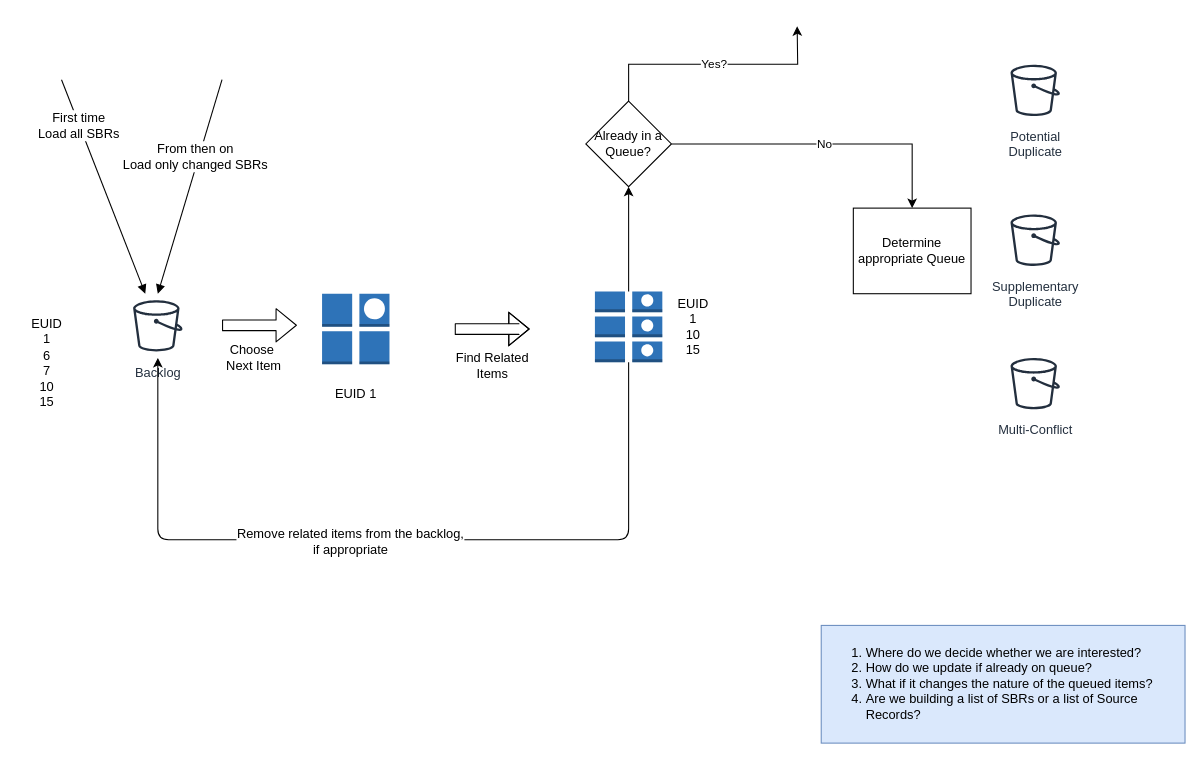
Before: page "Top Level" (1 of 2) of Extract Process - top level.drawio in IrishGussy/TestGitHubClient, a draw.io diagram. Source tidied: cells renumbered, new cells numbered last; positions are measured from the earlier drawing's top-left corner, leaving out a move shared by most shapes. Both pictures are drawn from the tidied source at 107%, with x=0, y=0 at pixel (25, 26).
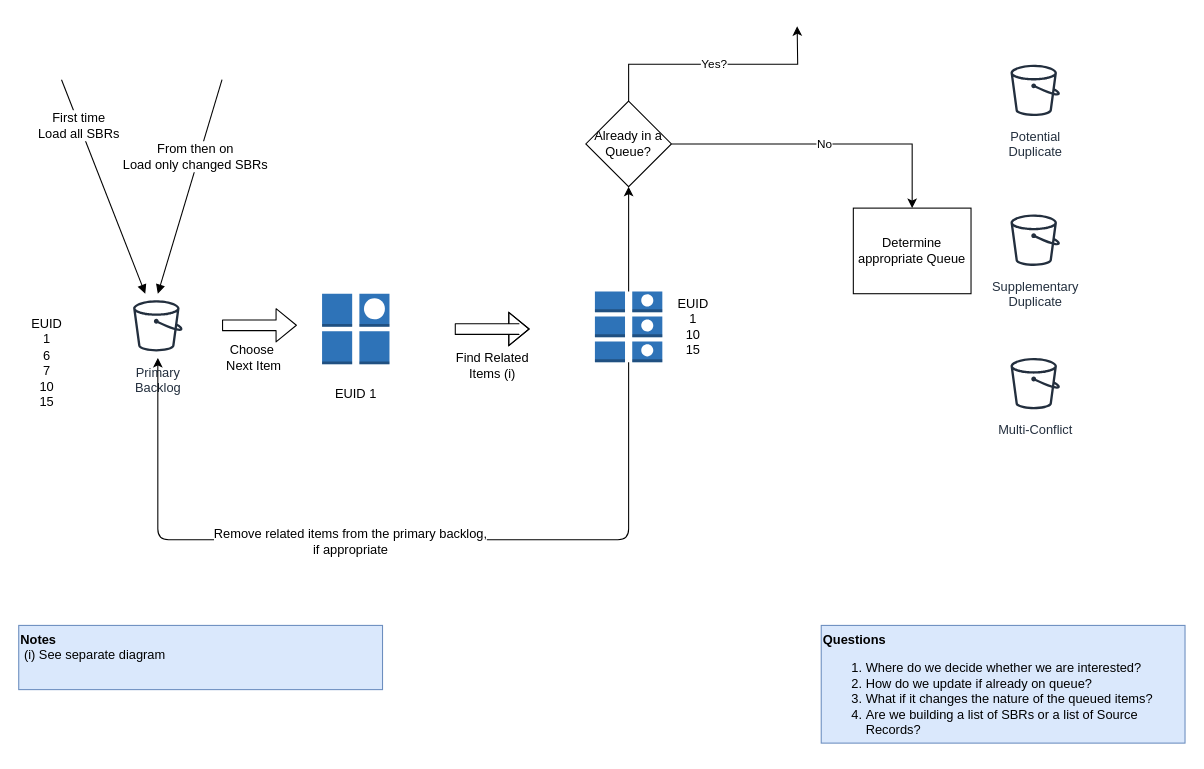
After the change.

Unchanged cells that the change refers to:
```xml
<mxCell id="23" style="endArrow=classic;html=1;exitX=0.5;exitY=1;exitDx=0;exitDy=0;exitPerimeter=0;" parent="1" edge="1" source="14" target="2">
  <mxGeometry relative="1" as="geometry">
    <Array as="points">
      <mxPoint x="564" y="480" />
      <mxPoint x="264" y="480" />
      <mxPoint x="124" y="480" />
    </Array>
  </mxGeometry>
</mxCell>
```

Diff of the diagram source:
```diff
@@
-    <mxCell id="2" value="Backlog" style="outlineConnect=0;fontColor=#232F3E;gradientColor=none;strokeColor=#232F3E;fillColor=#ffffff;dashed=0;verticalLabelPosition=bottom;verticalAlign=top;align=center;html=1;fontSize=12;fontStyle=0;shape=mxgraph.aws4.resourceIcon;resIcon=mxgraph.aws4.bucket;" parent="1" vertex="1">
+    <mxCell id="2" value="Primary&lt;br&gt;Backlog" style="outlineConnect=0;fontColor=#232F3E;gradientColor=none;strokeColor=#232F3E;fillColor=#ffffff;dashed=0;verticalLabelPosition=bottom;verticalAlign=top;align=center;html=1;fontSize=12;fontStyle=0;shape=mxgraph.aws4.resourceIcon;resIcon=mxgraph.aws4.bucket;" parent="1" vertex="1">
       <mxGeometry x="94" y="250" width="60" height="60" as="geometry" />
     </mxCell>
@@
-    <mxCell id="11" value="Find Related Items&lt;br&gt;" style="text;html=1;strokeColor=none;fillColor=none;align=center;verticalAlign=middle;whiteSpace=wrap;rounded=0;" parent="1" vertex="1">
+    <mxCell id="11" value="Find Related Items (i)&lt;br&gt;" style="text;html=1;strokeColor=none;fillColor=none;align=center;verticalAlign=middle;whiteSpace=wrap;rounded=0;" parent="1" vertex="1">
       <mxGeometry x="396.5" y="304" width="80" height="26" as="geometry" />
     </mxCell>
@@
-    <mxCell id="22" value="&lt;div style=&quot;text-align: left&quot;&gt;&lt;ol&gt;&lt;li&gt;&lt;span&gt;Where do we decide whether we are interested?&lt;/span&gt;&lt;/li&gt;&lt;li&gt;&lt;span&gt;How do we update if already on queue?&lt;/span&gt;&lt;/li&gt;&lt;li&gt;&lt;span&gt;What if it changes the nature of the queued items?&lt;/span&gt;&lt;/li&gt;&lt;li&gt;Are we building a list of SBRs or a list of Source Records?&lt;/li&gt;&lt;/ol&gt;&lt;/div&gt;" style="text;html=1;strokeColor=#6c8ebf;fillColor=#dae8fc;align=left;verticalAlign=top;whiteSpace=wrap;rounded=0;horizontal=1;" parent="1" vertex="1">
+    <mxCell id="22" value="&lt;div style=&quot;text-align: left&quot;&gt;&lt;div&gt;&lt;b&gt;Questions&lt;/b&gt;&lt;/div&gt;&lt;ol&gt;&lt;li&gt;&lt;span&gt;Where do we decide whether we are interested?&lt;/span&gt;&lt;/li&gt;&lt;li&gt;&lt;span&gt;How do we update if already on queue?&lt;/span&gt;&lt;/li&gt;&lt;li&gt;&lt;span&gt;What if it changes the nature of the queued items?&lt;/span&gt;&lt;/li&gt;&lt;li&gt;Are we building a list of SBRs or a list of Source Records?&lt;/li&gt;&lt;/ol&gt;&lt;/div&gt;" style="text;html=1;strokeColor=#6c8ebf;fillColor=#dae8fc;align=left;verticalAlign=top;whiteSpace=wrap;rounded=0;horizontal=1;" parent="1" vertex="1">
       <mxGeometry x="744" y="560" width="340" height="110" as="geometry" />
     </mxCell>
@@
-    <mxCell id="24" value="Remove related items from the backlog,&lt;br&gt;if appropriate" style="text;html=1;align=center;verticalAlign=middle;labelBackgroundColor=#ffffff;" parent="23" vertex="1">
+    <mxCell id="24" value="Remove related items from the primary backlog,&lt;br&gt;if appropriate" style="text;html=1;align=center;verticalAlign=middle;labelBackgroundColor=#ffffff;" parent="23" vertex="1">
       <mxGeometry x="0.1" y="1" relative="1" as="geometry" />
     </mxCell>
@@
+    <mxCell id="27" value="&lt;div style=&quot;text-align: left&quot;&gt;&lt;div&gt;&lt;b&gt;Notes&lt;/b&gt;&lt;/div&gt;&lt;div&gt;&amp;nbsp;(i) See separate diagram&lt;/div&gt;&lt;/div&gt;" style="text;html=1;strokeColor=#6c8ebf;fillColor=#dae8fc;align=left;verticalAlign=top;whiteSpace=wrap;rounded=0;horizontal=1;" parent="1" vertex="1">
+      <mxGeometry x="-6" y="560" width="340" height="60" as="geometry" />
+    </mxCell>
```
